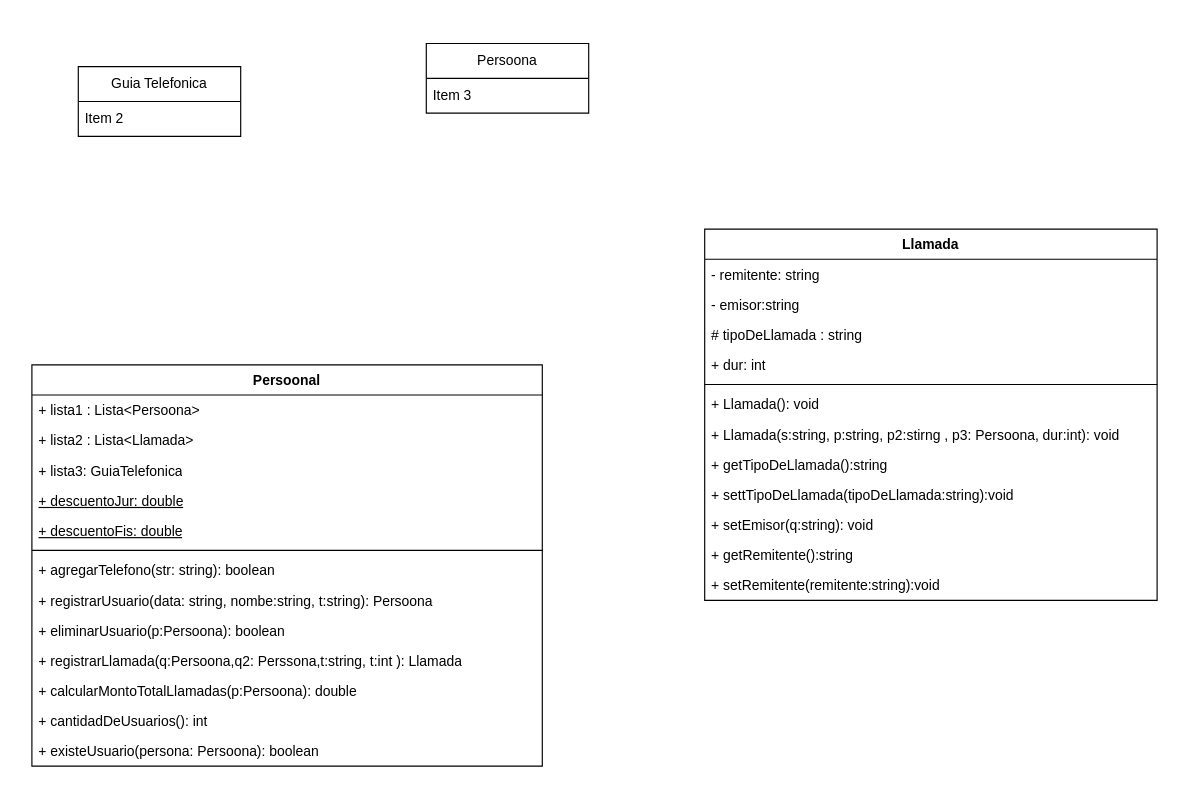
santolp/oo2 keeps this draw.io diagram as Untitled Diagram.drawio. Above is the earlier version. Source tidied: cells renumbered, new cells numbered last; positions are measured from the earlier drawing's top-left corner, leaving out a move shared by most shapes. Both pictures are drawn from the tidied source at 116%, with x=0, y=0 at pixel (31, 43).
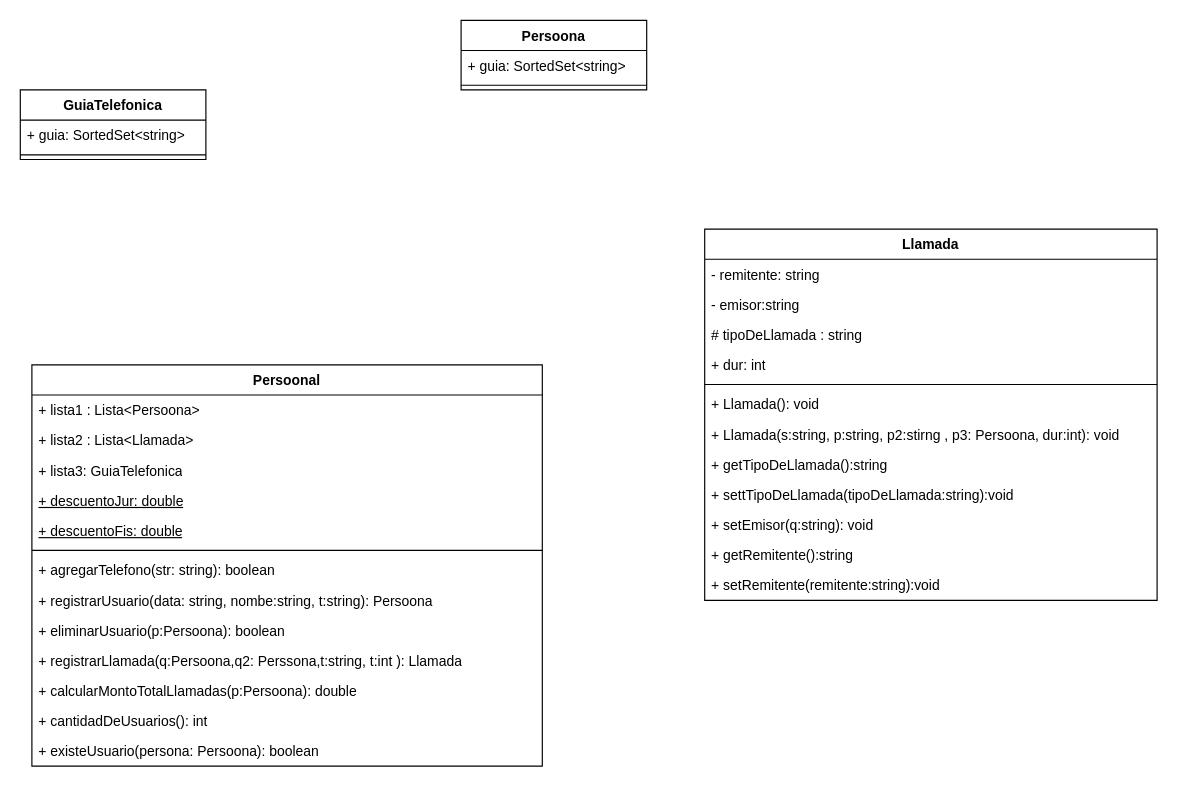
The same page after the edit.

Diff of the diagram source:
```diff
@@
-    <mxCell id="2" value="Guia Telefonica" style="swimlane;fontStyle=0;horizontal=1;startSize=30;whiteSpace=wrap;html=1;" parent="1" vertex="1">
-      <mxGeometry x="40" y="20" width="140" height="60" as="geometry" />
-    </mxCell>
-    <mxCell id="3" value="Item 2" style="text;strokeColor=none;fillColor=none;align=left;verticalAlign=middle;spacingLeft=4;spacingRight=4;overflow=hidden;whiteSpace=wrap;html=1;" parent="2" vertex="1">
-      <mxGeometry y="30" width="140" height="30" as="geometry" />
-    </mxCell>
-    <mxCell id="4" value="Persoona" style="swimlane;fontStyle=0;horizontal=1;startSize=30;whiteSpace=wrap;html=1;" parent="1" vertex="1">
-      <mxGeometry x="340" width="140" height="60" as="geometry" />
-    </mxCell>
-    <mxCell id="5" value="Item 3" style="text;strokeColor=none;fillColor=none;align=left;verticalAlign=middle;spacingLeft=4;spacingRight=4;overflow=hidden;whiteSpace=wrap;html=1;" parent="4" vertex="1">
-      <mxGeometry y="30" width="140" height="30" as="geometry" />
-    </mxCell>
@@
+    <mxCell id="33" value="GuiaTelefonica" style="swimlane;fontStyle=1;align=center;verticalAlign=top;horizontal=1;startSize=26;whiteSpace=wrap;html=1;" parent="1" vertex="1">
+      <mxGeometry x="-10" y="40" width="160" height="60" as="geometry" />
+    </mxCell>
+    <mxCell id="34" value="+ guia: SortedSet&amp;lt;string&amp;gt;" style="text;strokeColor=none;fillColor=none;align=left;verticalAlign=top;spacingLeft=4;spacingRight=4;overflow=hidden;whiteSpace=wrap;html=1;" parent="33" vertex="1">
+      <mxGeometry y="26" width="160" height="26" as="geometry" />
+    </mxCell>
+    <mxCell id="35" style="line;strokeWidth=1;fillColor=none;align=left;verticalAlign=middle;spacingTop=-1;spacingLeft=3;spacingRight=3;labelPosition=right;strokeColor=inherit;" parent="33" vertex="1">
+      <mxGeometry y="52" width="160" height="8" as="geometry" />
+    </mxCell>
+    <mxCell id="4" value="Persoona" style="swimlane;fontStyle=1;align=center;verticalAlign=top;horizontal=1;startSize=26;whiteSpace=wrap;html=1;" parent="1" vertex="1">
+      <mxGeometry x="370" y="-20" width="160" height="60" as="geometry" />
+    </mxCell>
+    <mxCell id="36" value="+ guia: SortedSet&amp;lt;string&amp;gt;" style="text;strokeColor=none;fillColor=none;align=left;verticalAlign=top;spacingLeft=4;spacingRight=4;overflow=hidden;whiteSpace=wrap;html=1;" parent="4" vertex="1">
+      <mxGeometry y="26" width="160" height="26" as="geometry" />
+    </mxCell>
+    <mxCell id="37" style="line;strokeWidth=1;fillColor=none;align=left;verticalAlign=middle;spacingTop=-1;spacingLeft=3;spacingRight=3;labelPosition=right;strokeColor=inherit;" parent="4" vertex="1">
+      <mxGeometry y="52" width="160" height="8" as="geometry" />
+    </mxCell>
```
